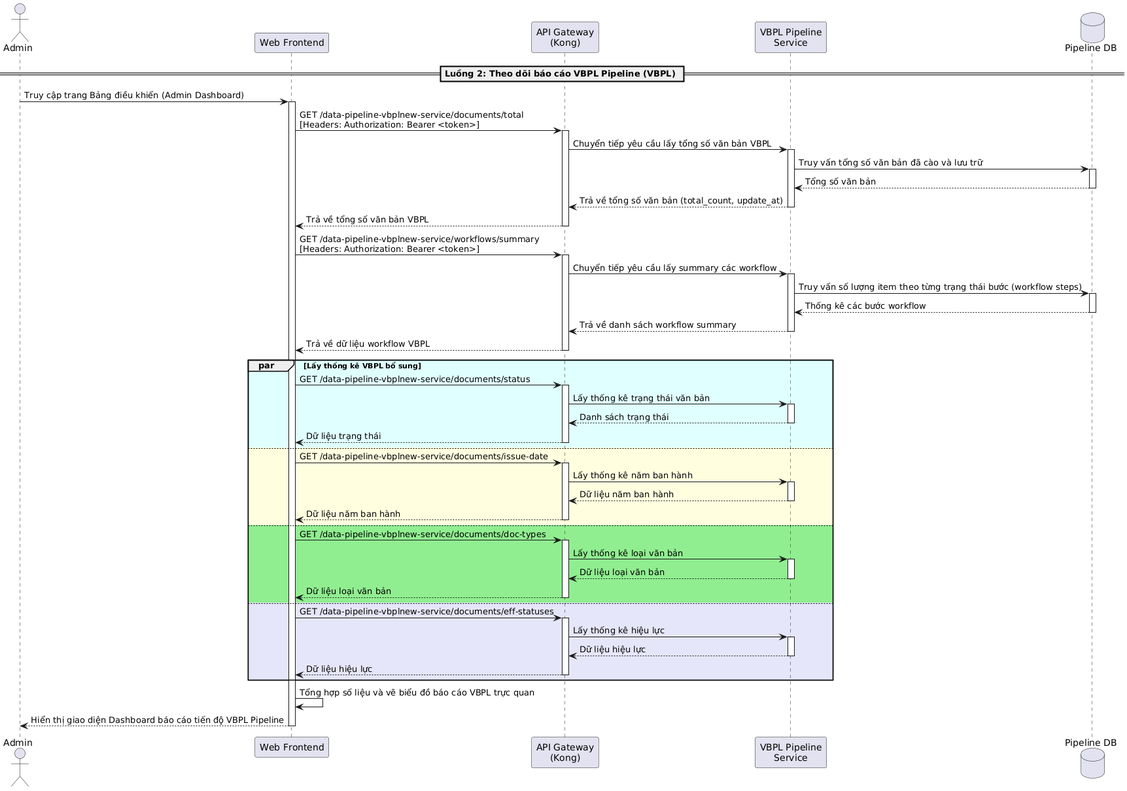
The PlantUML diagram latex/contents/Sequence/UML-Sequence-AdminVbplPipelineReport.png in 20206205Tech/docs-latex, before a commit.
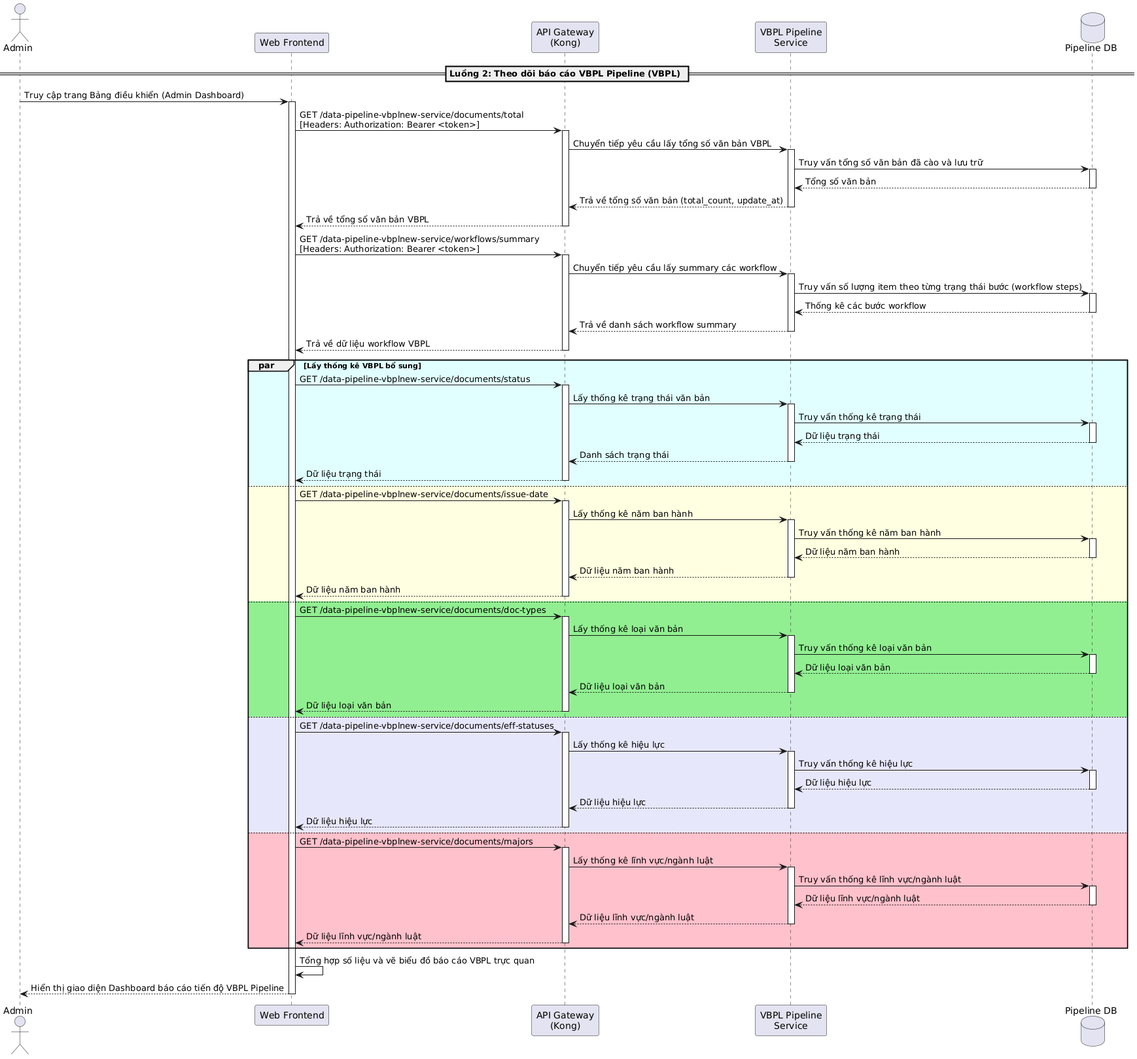
After the commit.

What changed in the source:
```diff
@@ -40,6 +40,10 @@
     activate Kong
     Kong -> VbplService: Lấy thống kê trạng thái văn bản
     activate VbplService
+    VbplService -> DB: Truy vấn thống kê trạng thái
+    activate DB
+    DB --> VbplService: Dữ liệu trạng thái
+    deactivate DB
     VbplService --> Kong: Danh sách trạng thái
     deactivate VbplService
     Kong --> Frontend: Dữ liệu trạng thái
@@ -49,6 +53,10 @@
     activate Kong
     Kong -> VbplService: Lấy thống kê năm ban hành
     activate VbplService
+    VbplService -> DB: Truy vấn thống kê năm ban hành
+    activate DB
+    DB --> VbplService: Dữ liệu năm ban hành
+    deactivate DB
     VbplService --> Kong: Dữ liệu năm ban hành
     deactivate VbplService
     Kong --> Frontend: Dữ liệu năm ban hành
@@ -58,6 +66,10 @@
     activate Kong
     Kong -> VbplService: Lấy thống kê loại văn bản
     activate VbplService
+    VbplService -> DB: Truy vấn thống kê loại văn bản
+    activate DB
+    DB --> VbplService: Dữ liệu loại văn bản
+    deactivate DB
     VbplService --> Kong: Dữ liệu loại văn bản
     deactivate VbplService
     Kong --> Frontend: Dữ liệu loại văn bản
@@ -67,9 +79,26 @@
     activate Kong
     Kong -> VbplService: Lấy thống kê hiệu lực
     activate VbplService
+    VbplService -> DB: Truy vấn thống kê hiệu lực
+    activate DB
+    DB --> VbplService: Dữ liệu hiệu lực
+    deactivate DB
     VbplService --> Kong: Dữ liệu hiệu lực
     deactivate VbplService
     Kong --> Frontend: Dữ liệu hiệu lực
+    deactivate Kong
+else #Pink
+    Frontend -> Kong: GET /data-pipeline-vbplnew-service/documents/majors
+    activate Kong
+    Kong -> VbplService: Lấy thống kê lĩnh vực/ngành luật
+    activate VbplService
+    VbplService -> DB: Truy vấn thống kê lĩnh vực/ngành luật
+    activate DB
+    DB --> VbplService: Dữ liệu lĩnh vực/ngành luật
+    deactivate DB
+    VbplService --> Kong: Dữ liệu lĩnh vực/ngành luật
+    deactivate VbplService
+    Kong --> Frontend: Dữ liệu lĩnh vực/ngành luật
     deactivate Kong
 end
 
```
